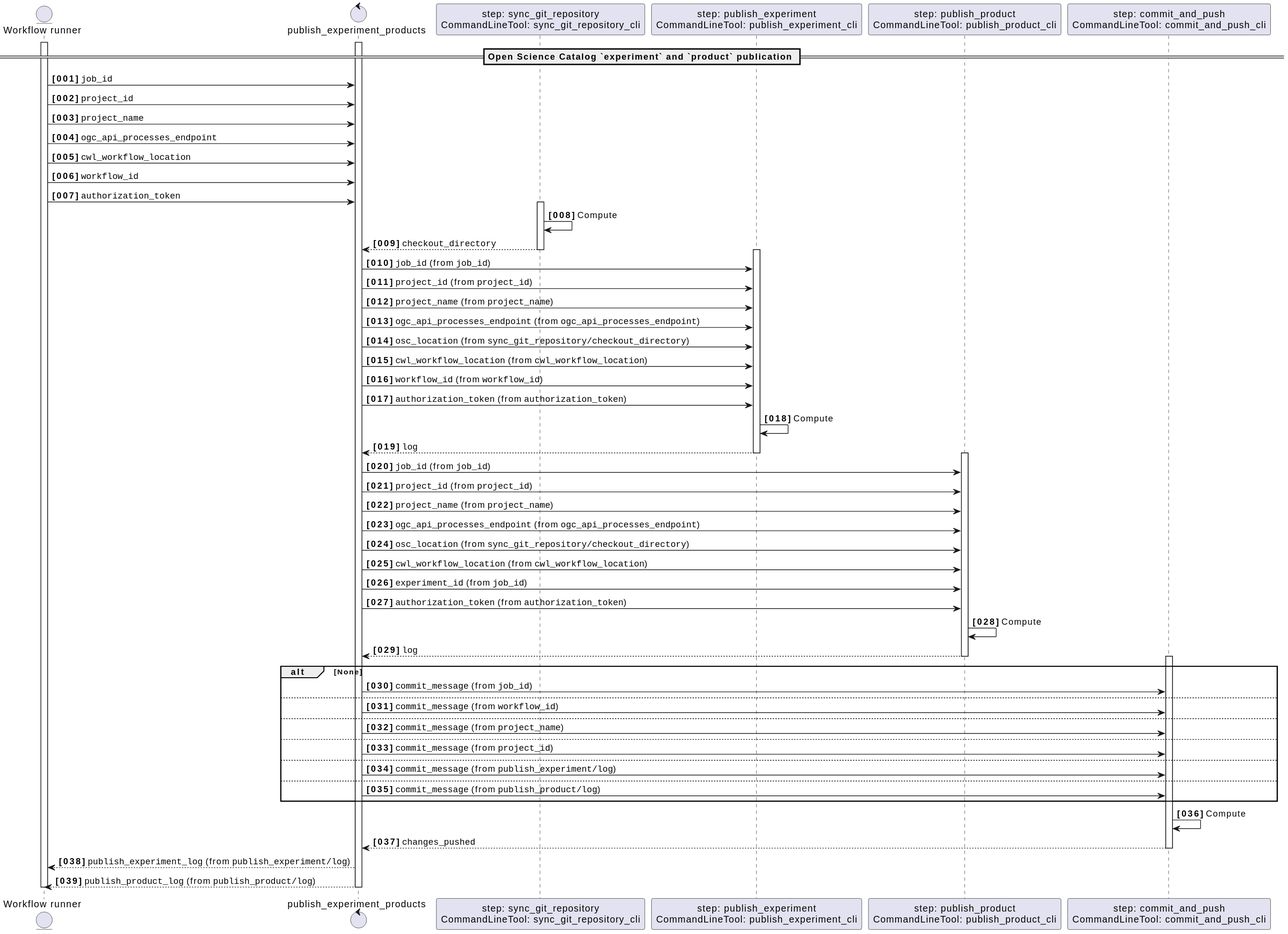
Above: docs/c4/components/workflow/publish_experiment_products/sequence.svg in Terradue/osc-metadata-client (PlantUML), before the change.
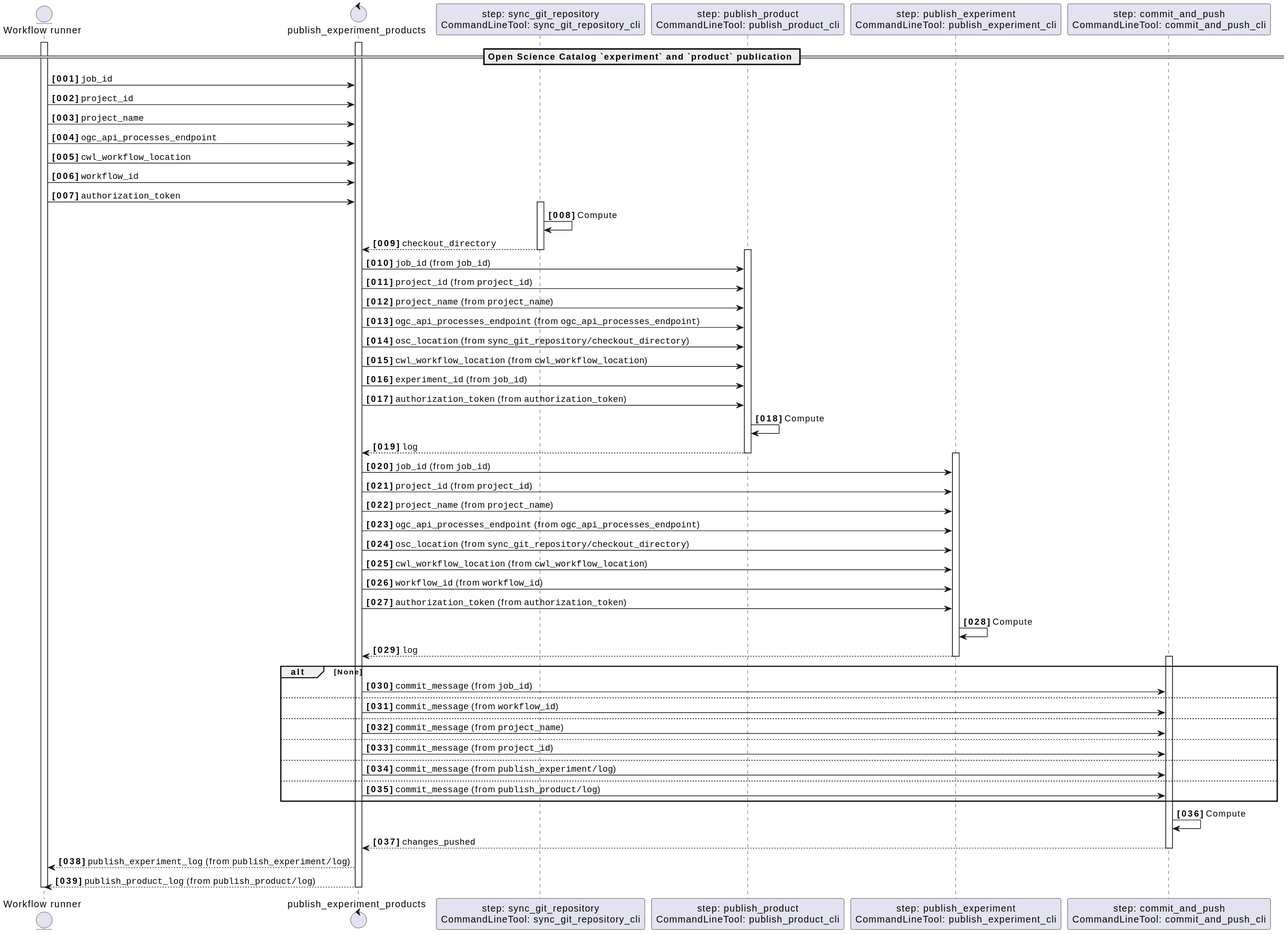
After the commit.

Change to the diagram source:
```diff
@@ -57,6 +57,59 @@
 
 
 
+participant "step: publish_product\nCommandLineTool: publish_product_cli" as publish_experiment_products_or__publish_product
+activate publish_experiment_products_or__publish_product
+
+
+
+publish_experiment_products_or -> publish_experiment_products_or__publish_product : ""job_id"" (from ""job_id"")
+
+
+
+publish_experiment_products_or -> publish_experiment_products_or__publish_product : ""project_id"" (from ""project_id"")
+
+
+
+publish_experiment_products_or -> publish_experiment_products_or__publish_product : ""project_name"" (from ""project_name"")
+
+
+
+publish_experiment_products_or -> publish_experiment_products_or__publish_product : ""ogc_api_processes_endpoint"" (from ""ogc_api_processes_endpoint"")
+
+
+
+publish_experiment_products_or -> publish_experiment_products_or__publish_product : ""osc_location"" (from ""sync_git_repository/checkout_directory"")
+
+
+
+publish_experiment_products_or -> publish_experiment_products_or__publish_product : ""cwl_workflow_location"" (from ""cwl_workflow_location"")
+
+
+
+publish_experiment_products_or -> publish_experiment_products_or__publish_product : ""experiment_id"" (from ""job_id"")
+
+
+
+publish_experiment_products_or -> publish_experiment_products_or__publish_product : ""authorization_token"" (from ""authorization_token"")
+
+
+
+publish_experiment_products_or__publish_product -> publish_experiment_products_or__publish_product : Compute
+
+
+publish_experiment_products_or <-- publish_experiment_products_or__publish_product : ""log""
+
+
+deactivate publish_experiment_products_or__publish_product
+
+
+
+
+
+
+
+
+
 participant "step: publish_experiment\nCommandLineTool: publish_experiment_cli" as publish_experiment_products_or__publish_experiment
 activate publish_experiment_products_or__publish_experiment
 
@@ -101,59 +154,6 @@
 
 
 deactivate publish_experiment_products_or__publish_experiment
-
-
-
-
-
-
-
-
-
-participant "step: publish_product\nCommandLineTool: publish_product_cli" as publish_experiment_products_or__publish_product
-activate publish_experiment_products_or__publish_product
-
-
-
-publish_experiment_products_or -> publish_experiment_products_or__publish_product : ""job_id"" (from ""job_id"")
-
-
-
-publish_experiment_products_or -> publish_experiment_products_or__publish_product : ""project_id"" (from ""project_id"")
-
-
-
-publish_experiment_products_or -> publish_experiment_products_or__publish_product : ""project_name"" (from ""project_name"")
-
-
-
-publish_experiment_products_or -> publish_experiment_products_or__publish_product : ""ogc_api_processes_endpoint"" (from ""ogc_api_processes_endpoint"")
-
-
-
-publish_experiment_products_or -> publish_experiment_products_or__publish_product : ""osc_location"" (from ""sync_git_repository/checkout_directory"")
-
-
-
-publish_experiment_products_or -> publish_experiment_products_or__publish_product : ""cwl_workflow_location"" (from ""cwl_workflow_location"")
-
-
-
-publish_experiment_products_or -> publish_experiment_products_or__publish_product : ""experiment_id"" (from ""job_id"")
-
-
-
-publish_experiment_products_or -> publish_experiment_products_or__publish_product : ""authorization_token"" (from ""authorization_token"")
-
-
-
-publish_experiment_products_or__publish_product -> publish_experiment_products_or__publish_product : Compute
-
-
-publish_experiment_products_or <-- publish_experiment_products_or__publish_product : ""log""
-
-
-deactivate publish_experiment_products_or__publish_product
 
 
 
```
